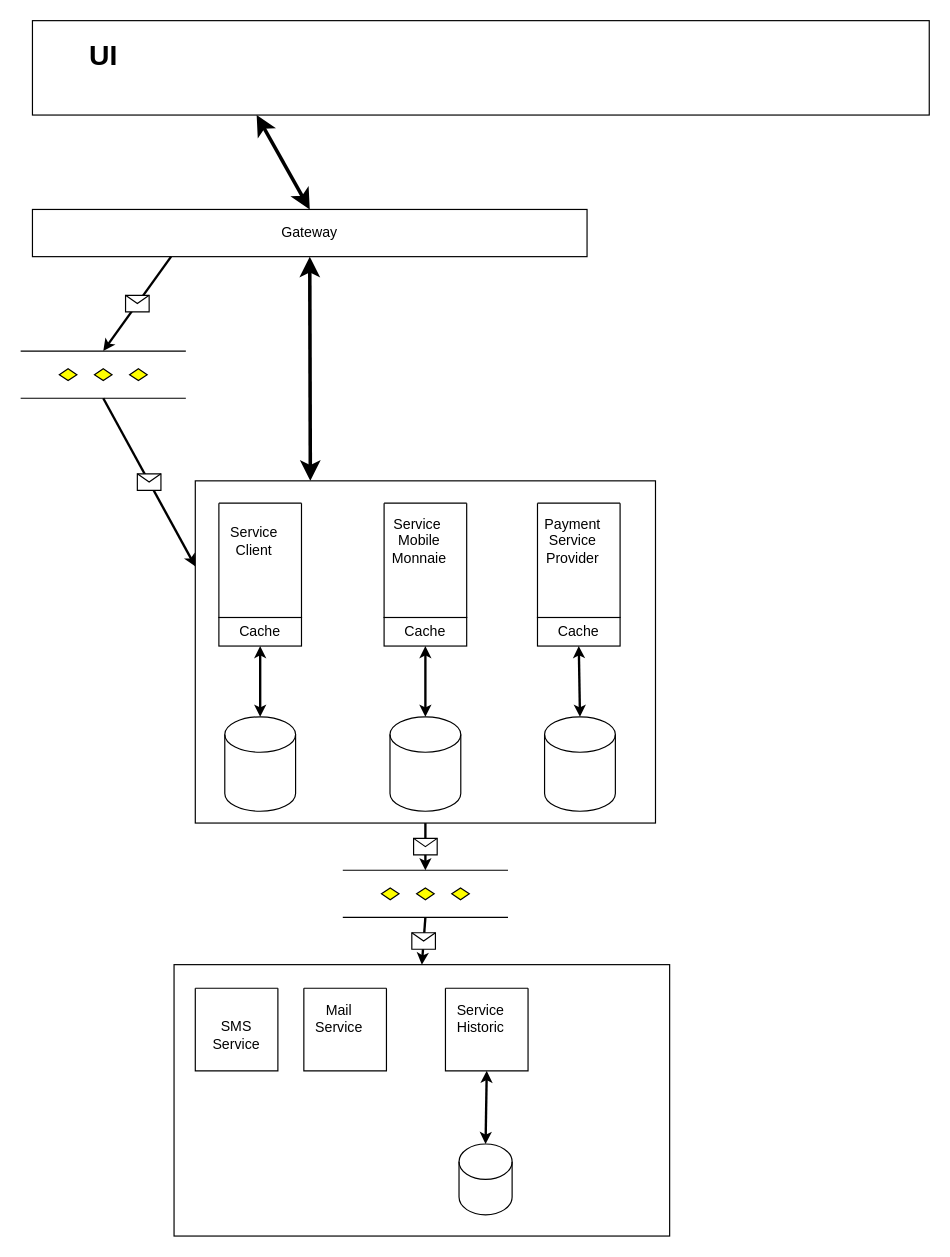
Above: app-archi.drawio in nsimonin1/rnd-hexagonal (draw.io), before the change. Source tidied: cells renumbered, new cells numbered last; positions are measured from the earlier drawing's top-left corner, leaving out a move shared by most shapes. Both pictures are drawn from the tidied source at 118%, with x=0, y=0 at pixel (20, 20).
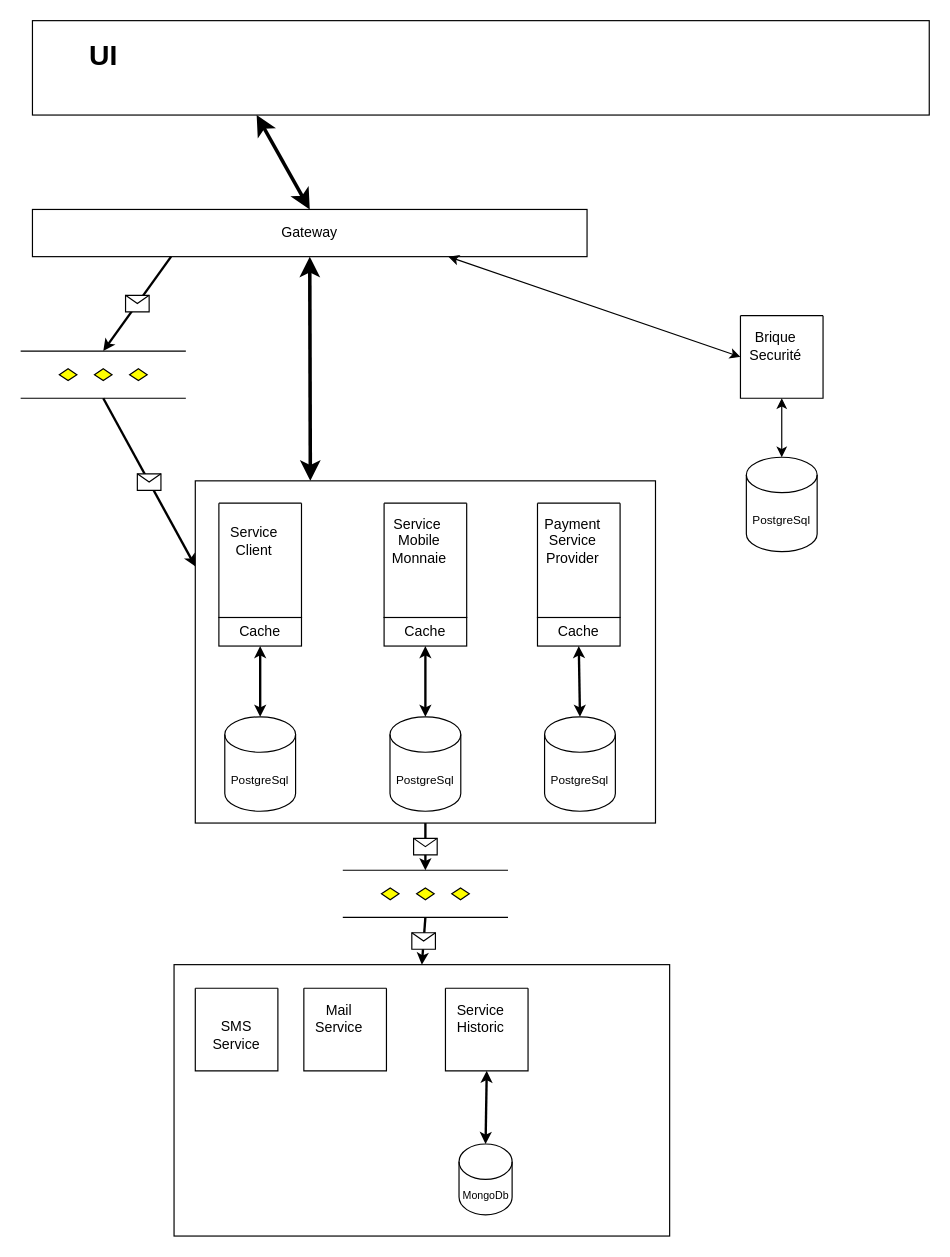
After the change.

Commit message:
ajout de la brique securité

The change refers to these unchanged cells:
```xml
<mxCell id="4" value="Gateway" style="rounded=0;whiteSpace=wrap;html=1;" parent="1" vertex="1">
  <mxGeometry x="10" y="160" width="470" height="40" as="geometry" />
</mxCell>
<mxCell id="12" style="group;" parent="1" vertex="1">
  <mxGeometry x="148" y="390" width="390" height="290" as="geometry" />
</mxCell>
<mxCell id="13" style="group;" parent="12" vertex="1">
  <mxGeometry width="390" height="290" as="geometry" />
</mxCell>
```

The edit, as a diff of the source:
```diff
@@
-    <mxCell id="27" style="shape=cylinder3;whiteSpace=wrap;html=1;boundedLbl=1;backgroundOutline=1;size=15;" parent="13" vertex="1">
+    <mxCell id="27" value="&lt;font size=&quot;1&quot;&gt;PostgreSql&lt;/font&gt;" style="shape=cylinder3;whiteSpace=wrap;html=1;boundedLbl=1;backgroundOutline=1;size=15;" parent="13" vertex="1">
       <mxGeometry x="296" y="200" width="60" height="80" as="geometry" />
     </mxCell>
@@
-    <mxCell id="29" style="shape=cylinder3;whiteSpace=wrap;html=1;boundedLbl=1;backgroundOutline=1;size=15;" parent="12" vertex="1">
+    <mxCell id="29" value="&lt;font style=&quot;font-size: 10px&quot;&gt;PostgreSql&lt;/font&gt;" style="shape=cylinder3;whiteSpace=wrap;html=1;boundedLbl=1;backgroundOutline=1;size=15;" parent="12" vertex="1">
       <mxGeometry x="25" y="200" width="60" height="80" as="geometry" />
     </mxCell>
-    <mxCell id="30" style="shape=cylinder3;whiteSpace=wrap;html=1;boundedLbl=1;backgroundOutline=1;size=15;" parent="12" vertex="1">
+    <mxCell id="30" value="&lt;font size=&quot;1&quot;&gt;PostgreSql&lt;/font&gt;" style="shape=cylinder3;whiteSpace=wrap;html=1;boundedLbl=1;backgroundOutline=1;size=15;" parent="12" vertex="1">
       <mxGeometry x="165" y="200" width="60" height="80" as="geometry" />
     </mxCell>
@@
-    <mxCell id="46" style="shape=cylinder3;whiteSpace=wrap;html=1;boundedLbl=1;backgroundOutline=1;size=15;" parent="1" vertex="1">
+    <mxCell id="46" value="&lt;font style=&quot;font-size: 9px&quot;&gt;MongoDb&lt;/font&gt;" style="shape=cylinder3;whiteSpace=wrap;html=1;boundedLbl=1;backgroundOutline=1;size=15;" parent="1" vertex="1">
       <mxGeometry x="371.5" y="952" width="45" height="60" as="geometry" />
     </mxCell>
@@
+    <mxCell id="48" style="swimlane;startSize=0;" parent="1" vertex="1">
+      <mxGeometry x="610" y="250" width="70" height="70" as="geometry" />
+    </mxCell>
+    <mxCell id="49" value="Brique Securité" style="text;html=1;strokeColor=none;fillColor=none;align=center;verticalAlign=middle;whiteSpace=wrap;rounded=0;" parent="48" vertex="1">
+      <mxGeometry x="10" y="15.8" width="40" height="20" as="geometry" />
+    </mxCell>
+    <mxCell id="50" value="&lt;font size=&quot;1&quot;&gt;PostgreSql&lt;/font&gt;" style="shape=cylinder3;whiteSpace=wrap;html=1;boundedLbl=1;backgroundOutline=1;size=15;" parent="1" vertex="1">
+      <mxGeometry x="615" y="370" width="60" height="80" as="geometry" />
+    </mxCell>
+    <mxCell id="51" style="endArrow=classic;startArrow=classic;html=1;entryX=0.5;entryY=1;entryDx=0;entryDy=0;exitX=0.5;exitY=0;exitDx=0;exitDy=0;exitPerimeter=0;" parent="1" edge="1" source="50" target="48">
+      <mxGeometry relative="1" as="geometry" />
+    </mxCell>
+    <mxCell id="52" style="endArrow=classic;startArrow=classic;html=1;entryX=0.75;entryY=1;entryDx=0;entryDy=0;exitX=0;exitY=0.5;exitDx=0;exitDy=0;" parent="1" edge="1" source="48" target="4">
+      <mxGeometry relative="1" as="geometry" />
+    </mxCell>
```
